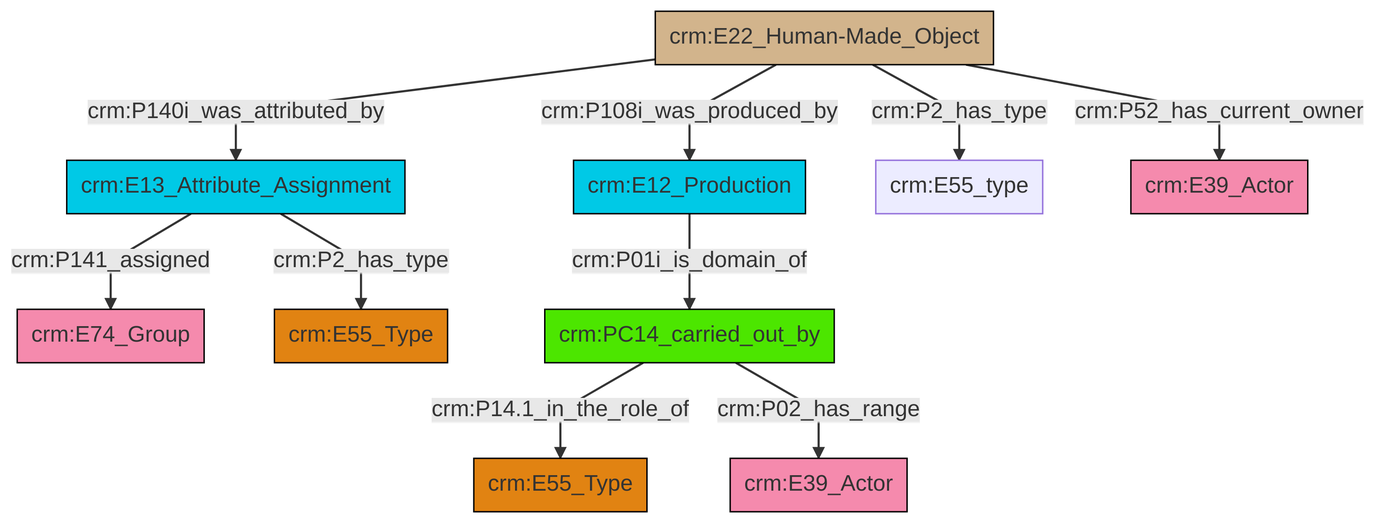
Before: et/builtWorkCSV/ttl/mmd/png/Built_Work_actor_relations.png, a diagram exported from Mermaid (swiss-art-research-net/docs.swissartresearch). Its source is kept beside it as et/builtWorkCSV/ttl/mmd/Built_Work_actor_relations.ttl.mmd.
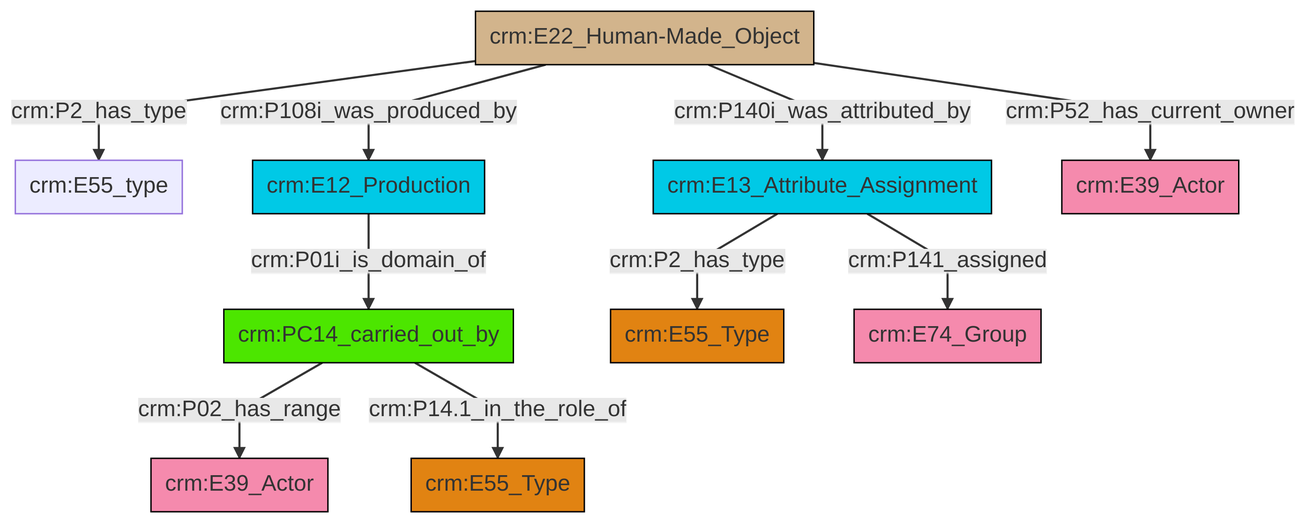
After the commit.

What changed in the source:
```diff
@@ -13,12 +13,12 @@
 classDef PC_Classes fill:#4ce600, stroke:#000000;
 classDef Multi fill:#cccccc,stroke:#000000;
 
-4["crm:E22_Human-Made_Object"]:::Physical_Thing -->|crm:P140i_was_attributed_by| 5["crm:E13_Attribute_Assignment"]:::Temporal_Entity
-8["crm:PC14_carried_out_by"]:::PC_Classes -->|crm:P14.1_in_the_role_of| 2["crm:E55_Type"]:::Type
-4["crm:E22_Human-Made_Object"]:::Physical_Thing -->|crm:P108i_was_produced_by| 12["crm:E12_Production"]:::Temporal_Entity
-5["crm:E13_Attribute_Assignment"]:::Temporal_Entity -->|crm:P141_assigned| 0["crm:E74_Group"]:::Actor
-8["crm:PC14_carried_out_by"]:::PC_Classes -->|crm:P02_has_range| 6["crm:E39_Actor"]:::Actor
-4["crm:E22_Human-Made_Object"]:::Physical_Thing -->|crm:P2_has_type| 10["crm:E55_type"]:::Default
-5["crm:E13_Attribute_Assignment"]:::Temporal_Entity -->|crm:P2_has_type| 17["crm:E55_Type"]:::Type
-12["crm:E12_Production"]:::Temporal_Entity -->|crm:P01i_is_domain_of| 8["crm:PC14_carried_out_by"]:::PC_Classes
-4["crm:E22_Human-Made_Object"]:::Physical_Thing -->|crm:P52_has_current_owner| 13["crm:E39_Actor"]:::Actor
+2["crm:E22_Human-Made_Object"]:::Physical_Thing -->|crm:P2_has_type| 0["crm:E55_type"]:::Default
+4["crm:E12_Production"]:::Temporal_Entity -->|crm:P01i_is_domain_of| 10["crm:PC14_carried_out_by"]:::PC_Classes
+2["crm:E22_Human-Made_Object"]:::Physical_Thing -->|crm:P108i_was_produced_by| 4["crm:E12_Production"]:::Temporal_Entity
+10["crm:PC14_carried_out_by"]:::PC_Classes -->|crm:P02_has_range| 13["crm:E39_Actor"]:::Actor
+2["crm:E22_Human-Made_Object"]:::Physical_Thing -->|crm:P140i_was_attributed_by| 14["crm:E13_Attribute_Assignment"]:::Temporal_Entity
+2["crm:E22_Human-Made_Object"]:::Physical_Thing -->|crm:P52_has_current_owner| 6["crm:E39_Actor"]:::Actor
+14["crm:E13_Attribute_Assignment"]:::Temporal_Entity -->|crm:P2_has_type| 8["crm:E55_Type"]:::Type
+10["crm:PC14_carried_out_by"]:::PC_Classes -->|crm:P14.1_in_the_role_of| 11["crm:E55_Type"]:::Type
+14["crm:E13_Attribute_Assignment"]:::Temporal_Entity -->|crm:P141_assigned| 15["crm:E74_Group"]:::Actor
```
